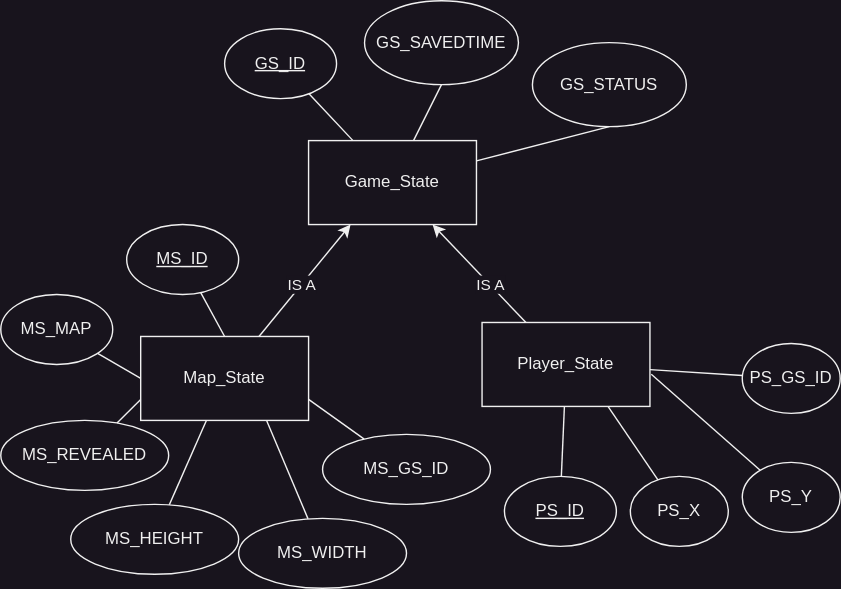
This is documents/erd/ERD_GameState-GameState.drawio.svg from PM4-FS25-DungeonCrawl/DungeonCrawl, a draw.io export, as it was before one commit. Source tidied: cells renumbered, new cells last; positions are measured from the earlier drawing's top-left corner, leaving out a move shared by most shapes.
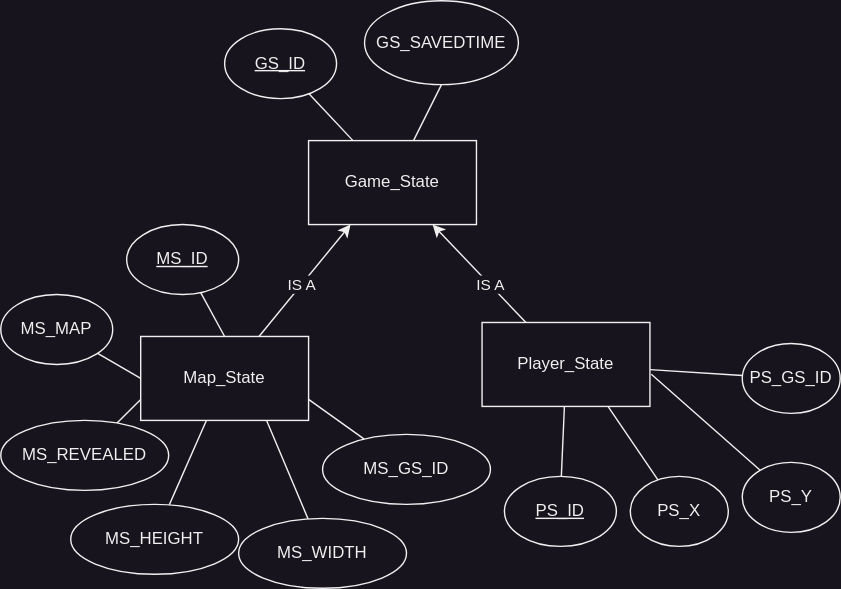
After the commit.

The edit, as a diff of the source:
```diff
@@ -8,9 +8,6 @@
     <mxCell id="3" style="rounded=0;jettySize=auto;html=1;entryX=0.5;entryY=1;entryDx=0;entryDy=0;endArrow=none;endFill=0;" parent="1" edge="1" source="5" target="7">
       <mxGeometry relative="1" as="geometry" />
     </mxCell>
-    <mxCell id="4" style="rounded=0;jettySize=auto;html=1;entryX=0.5;entryY=1;entryDx=0;entryDy=0;endArrow=none;endFill=0;" parent="1" edge="1" source="5" target="8">
-      <mxGeometry relative="1" as="geometry" />
-    </mxCell>
     <mxCell id="5" value="Game_State" style="rounded=0;whiteSpace=wrap;html=1;" parent="1" vertex="1">
       <mxGeometry x="220" y="100" width="120" height="60" as="geometry" />
     </mxCell>
@@ -20,9 +17,6 @@
     <mxCell id="7" value="GS_SAVEDTIME" style="ellipse;whiteSpace=wrap;html=1;" parent="1" vertex="1">
       <mxGeometry x="260" width="110" height="60" as="geometry" />
     </mxCell>
-    <mxCell id="8" value="GS_STATUS" style="ellipse;whiteSpace=wrap;html=1;" parent="1" vertex="1">
-      <mxGeometry x="380" y="30" width="110" height="60" as="geometry" />
-    </mxCell>
     <mxCell id="9" style="rounded=0;jettySize=auto;html=1;entryX=0.25;entryY=1;entryDx=0;entryDy=0;" parent="1" edge="1" source="11" target="5">
       <mxGeometry relative="1" as="geometry" />
     </mxCell>
```
